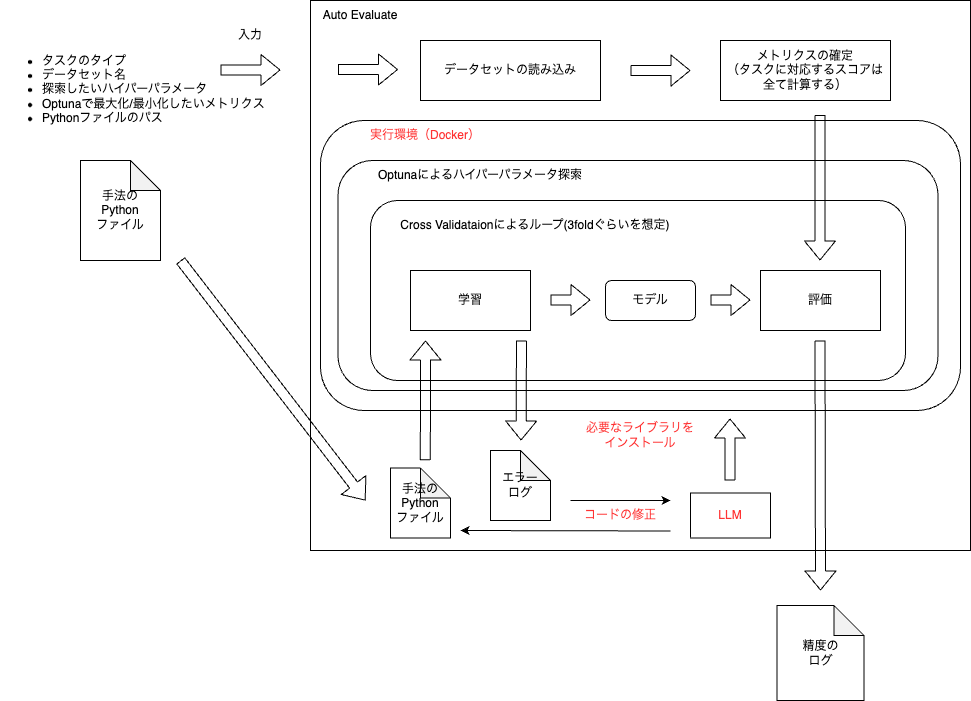
auto-res/autores-evaluator keeps this draw.io diagram as image/architecture.png. Above is the earlier version. Source tidied: cells renumbered, new cells last; positions are measured from the earlier drawing's top-left corner, leaving out a move shared by most shapes.
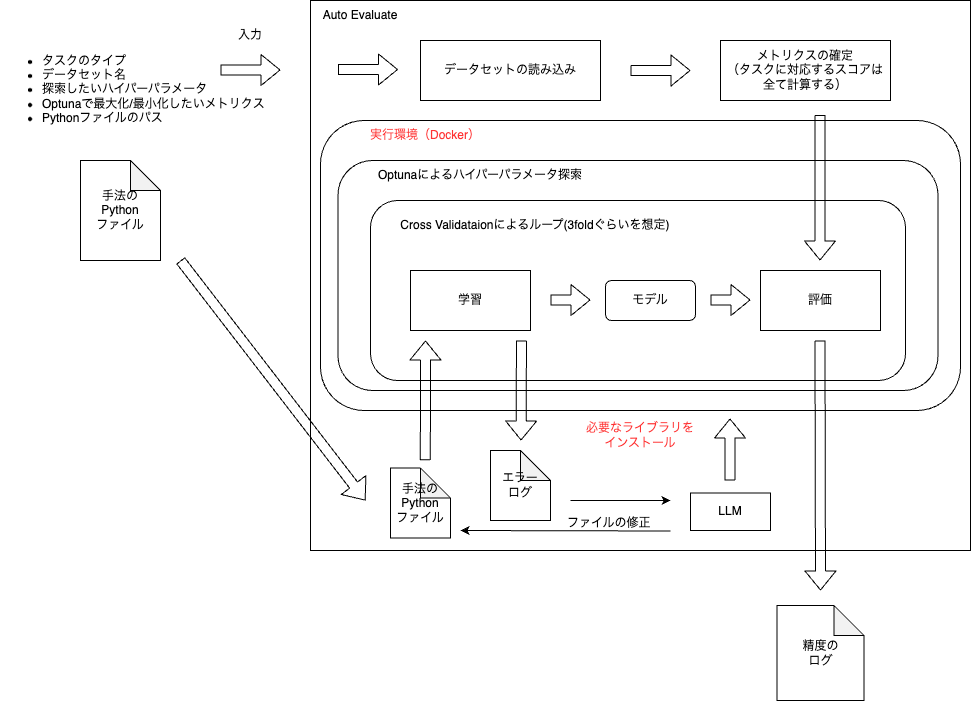
Above is the later version.

Commit message:
Update architecture diagram and fix code issues

Change to the diagram source:
```diff
@@ -92,9 +92,6 @@
     <mxCell id="25" value="エラー&lt;br&gt;ログ" style="shape=note;whiteSpace=wrap;html=1;backgroundOutline=1;darkOpacity=0.05;" parent="1" vertex="1">
       <mxGeometry x="490" y="450" width="60" height="70" as="geometry" />
     </mxCell>
-    <mxCell id="26" value="LLM" style="rounded=0;whiteSpace=wrap;html=1;fontColor=#FF3333;" parent="1" vertex="1">
-      <mxGeometry x="690" y="492.5" width="80" height="45" as="geometry" />
-    </mxCell>
     <mxCell id="27" value="実行環境（Docker）" style="text;html=1;align=center;verticalAlign=middle;whiteSpace=wrap;rounded=0;fontColor=#FF3333;" parent="1" vertex="1">
       <mxGeometry x="340" y="120" width="170" height="30" as="geometry" />
     </mxCell>
@@ -113,9 +110,6 @@
     <mxCell id="30" value="必要なライブラリを&lt;br&gt;インストール" style="text;html=1;strokeColor=none;fillColor=none;align=center;verticalAlign=middle;whiteSpace=wrap;rounded=0;fontColor=#FF3333;" parent="1" vertex="1">
       <mxGeometry x="565" y="420" width="150" height="30" as="geometry" />
     </mxCell>
-    <mxCell id="31" value="コードの修正" style="text;html=1;strokeColor=none;fillColor=none;align=center;verticalAlign=middle;whiteSpace=wrap;rounded=0;fontColor=#FF3333;" parent="1" vertex="1">
-      <mxGeometry x="570" y="500" width="100" height="30" as="geometry" />
-    </mxCell>
     <mxCell id="32" style="shape=flexArrow;endArrow=classic;html=1;" parent="1" edge="1">
       <mxGeometry relative="1" as="geometry">
         <mxPoint x="550" y="299.5" as="sourcePoint" />
@@ -143,5 +137,11 @@
         <mxPoint x="670" y="500" as="targetPoint" />
       </mxGeometry>
     </mxCell>
+    <mxCell id="26" value="LLM" style="rounded=0;whiteSpace=wrap;html=1;" parent="1" vertex="1">
+      <mxGeometry x="690" y="492.5" width="80" height="37.5" as="geometry" />
+    </mxCell>
+    <mxCell id="37" value="&lt;div&gt;ファイルの修正&lt;/div&gt;" style="text;html=1;strokeColor=none;fillColor=none;align=left;verticalAlign=middle;whiteSpace=wrap;rounded=0;" parent="1" vertex="1">
+      <mxGeometry x="565" y="507.5" width="110" height="30" as="geometry" />
+    </mxCell>
   </root>
 </mxGraphModel>
```
